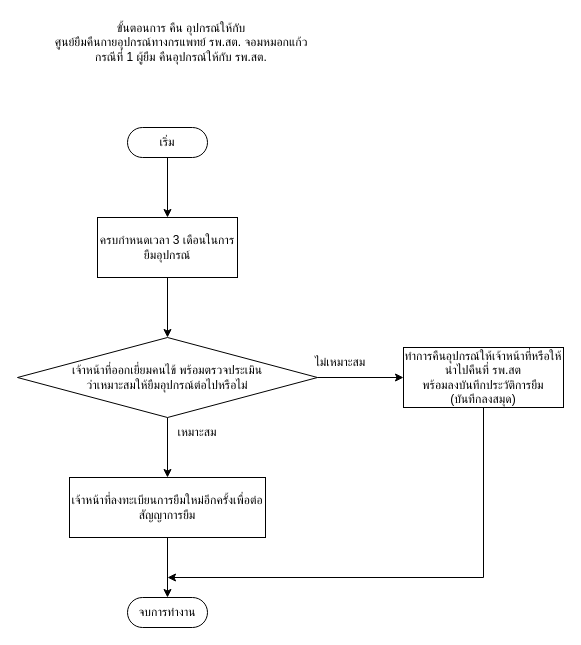
Above: page "ขอคืน รพ.สต" (2 of 5) of cmk/old system.drawio in S-B-Tanayut/diagram_repo (draw.io), before the change. Source tidied: cells renumbered, new cells numbered last; positions are measured from the earlier drawing's top-left corner, leaving out a move shared by most shapes. Both pictures are drawn from the tidied source at 100%, with x=0, y=0 at pixel (17, 17).
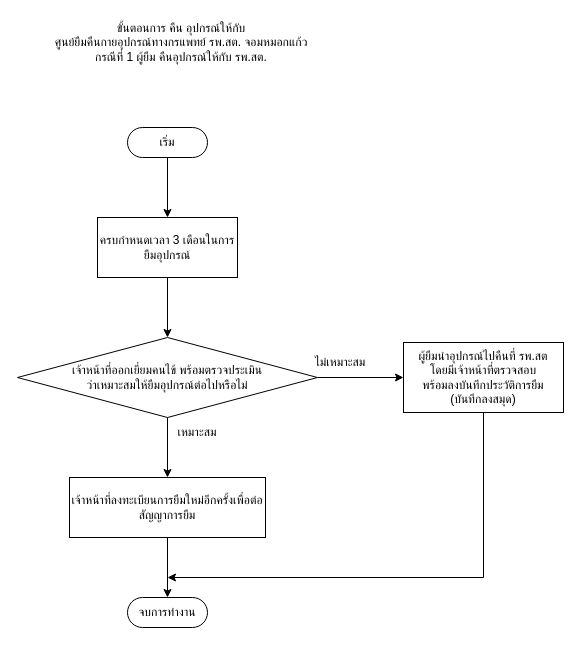
Above is the later version.

The edit, as a diff of the source:
```diff
@@
 <mxGraphModel>
   <root>
     <mxCell id="0" />
     <mxCell id="1" parent="0" />
     <mxCell id="2" style="edgeStyle=orthogonalEdgeStyle;rounded=0;jettySize=auto;html=1;" parent="1" edge="1" source="3" target="6">
       <mxGeometry relative="1" as="geometry" />
     </mxCell>
     <mxCell id="3" value="เริ่ม" style="html=1;dashed=0;whiteSpace=wrap;shape=mxgraph.dfd.start;" parent="1" vertex="1">
       <mxGeometry x="110" y="110" width="80" height="30" as="geometry" />
     </mxCell>
     <mxCell id="4" value="ขั้นตอนการ คืน อุปกรณ์ให้กับ&lt;div&gt;ศูนย์ยืมคืนกายอุปกรณ์ทางกรแพทย์ รพ.สต. จอมหมอกแก้ว&lt;div&gt;กรณีที่ 1 ผู้ยืม คืนอุปกรณ์ให้กับ รพ.สต.&lt;/div&gt;&lt;/div&gt;" style="text;html=1;align=center;verticalAlign=middle;whiteSpace=wrap;rounded=0;" parent="1" vertex="1">
       <mxGeometry x="14" width="300" height="50" as="geometry" />
     </mxCell>
     <mxCell id="5" style="edgeStyle=orthogonalEdgeStyle;rounded=0;jettySize=auto;html=1;" parent="1" edge="1" source="6" target="9">
       <mxGeometry relative="1" as="geometry" />
     </mxCell>
     <mxCell id="6" value="ครบกำหนดเวลา 3 เดือนในการยืมอุปกรณ์" style="rounded=0;whiteSpace=wrap;html=1;" parent="1" vertex="1">
       <mxGeometry x="80" y="200" width="140" height="60" as="geometry" />
     </mxCell>
     <mxCell id="7" style="edgeStyle=orthogonalEdgeStyle;rounded=0;jettySize=auto;html=1;" parent="1" edge="1" source="9" target="13">
       <mxGeometry relative="1" as="geometry" />
     </mxCell>
     <mxCell id="8" style="edgeStyle=orthogonalEdgeStyle;rounded=0;jettySize=auto;html=1;" parent="1" edge="1" source="9" target="11">
       <mxGeometry relative="1" as="geometry" />
     </mxCell>
     <mxCell id="9" value="เจ้าหน้าที่ออกเยี่ยมคนไข้ พร้อมตรวจประเมิน&lt;br&gt;ว่าเหมาะสมให้ยืมอุปกรณ์ต่อไปหรือไม่" style="rhombus;whiteSpace=wrap;html=1;" parent="1" vertex="1">
       <mxGeometry y="320" width="300" height="80" as="geometry" />
     </mxCell>
     <mxCell id="10" style="edgeStyle=orthogonalEdgeStyle;rounded=0;jettySize=auto;html=1;exitX=0.5;exitY=1;exitDx=0;exitDy=0;" parent="1" edge="1" source="11">
       <mxGeometry relative="1" as="geometry">
         <mxPoint x="150" y="560" as="targetPoint" />
         <Array as="points">
           <mxPoint x="466" y="560" />
         </Array>
       </mxGeometry>
     </mxCell>
-    <mxCell id="11" value="ทำการคืนอุปกรณ์ให้เจ้าหน้าที่หรือให้นำไปคืนที่ รพ.สต &lt;br&gt;พร้อมลงบันทึกประวัติการยืม&lt;br&gt;(บันทึกลงสมุด)" style="rounded=0;whiteSpace=wrap;html=1;" parent="1" vertex="1">
-      <mxGeometry x="386" y="330" width="160" height="60" as="geometry" />
+    <mxCell id="11" value="ผู้ยืมนำอุปกรณ์ไปคืนที่ รพ.สต &lt;br&gt;โดยมีเจ้าหน้าที่ตรวจสอบ&lt;br&gt;พร้อมลงบันทึกประวัติการยืม&lt;br&gt;(บันทึกลงสมุด)" style="rounded=0;whiteSpace=wrap;html=1;" parent="1" vertex="1">
+      <mxGeometry x="386" y="325" width="160" height="70" as="geometry" />
     </mxCell>
     <mxCell id="12" style="edgeStyle=orthogonalEdgeStyle;rounded=0;jettySize=auto;html=1;" parent="1" edge="1" source="13" target="16">
       <mxGeometry relative="1" as="geometry" />
     </mxCell>
     <mxCell id="13" value="เจ้าหน้าที่ลงทะเบียนการยืมใหม่อีกครั้งเพื่อต่อสัญญาการยืม" style="rounded=0;whiteSpace=wrap;html=1;" parent="1" vertex="1">
       <mxGeometry x="52" y="460" width="196" height="60" as="geometry" />
     </mxCell>
     <mxCell id="14" value="เหมาะสม" style="text;html=1;align=center;verticalAlign=middle;whiteSpace=wrap;rounded=0;" parent="1" vertex="1">
       <mxGeometry x="150" y="400" width="60" height="30" as="geometry" />
     </mxCell>
     <mxCell id="15" value="ไม่เหมาะสม" style="text;html=1;align=center;verticalAlign=middle;whiteSpace=wrap;rounded=0;" parent="1" vertex="1">
       <mxGeometry x="286" y="330" width="74" height="30" as="geometry" />
     </mxCell>
     <mxCell id="16" value="จบการทำงาน" style="html=1;dashed=0;whiteSpace=wrap;shape=mxgraph.dfd.start;" parent="1" vertex="1">
       <mxGeometry x="110" y="580" width="80" height="30" as="geometry" />
     </mxCell>
   </root>
 </mxGraphModel>
```
